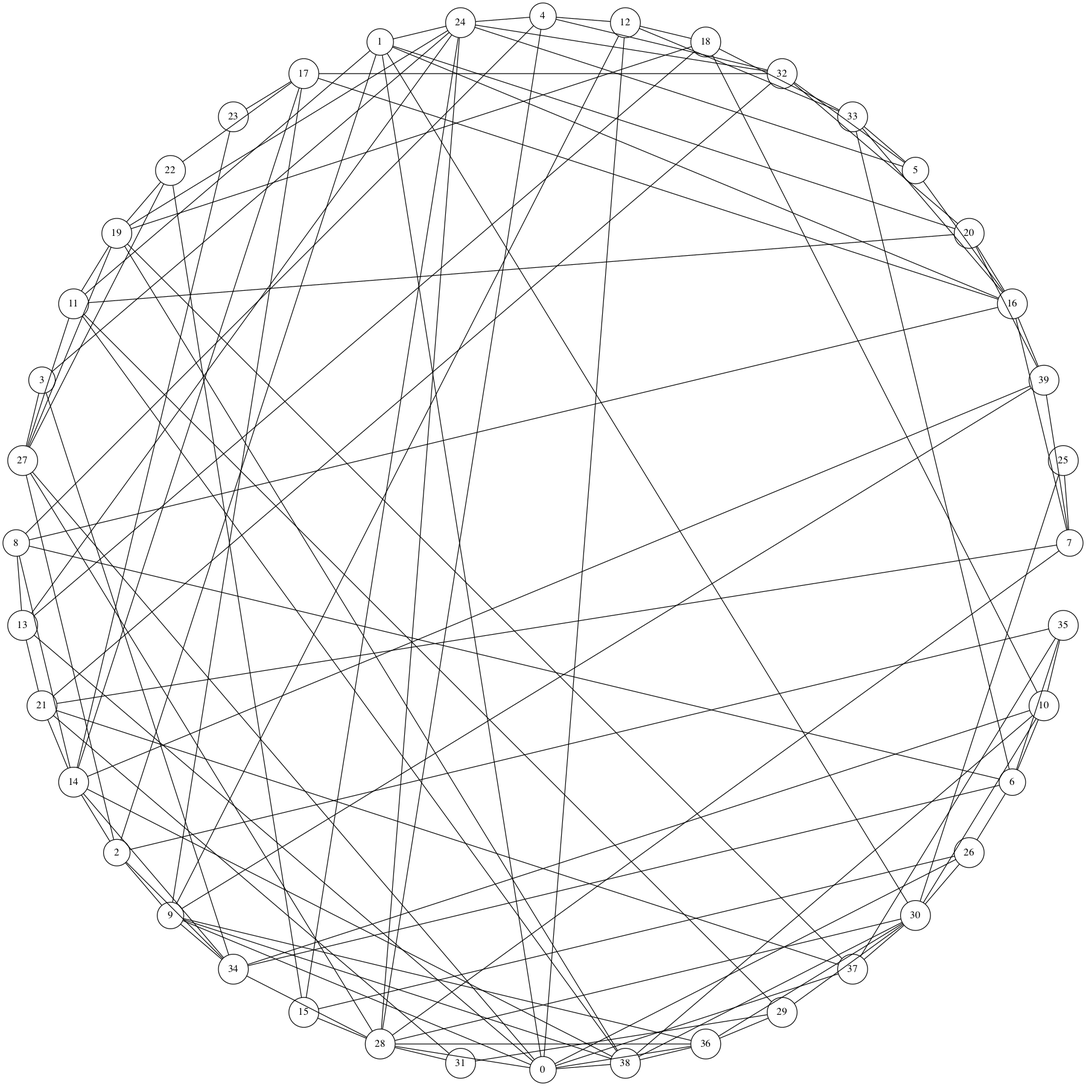
The Graphviz diagram graphs-networks/c-networks/second-random/graphviz/random_graph.png in mickey-is-codin/data-structures, before a commit. Its source is kept beside it as graphs-networks/c-networks/second-random/graphviz/random_graph.dot.
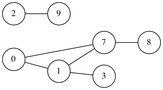
The same diagram one commit later.

Diff of the diagram source:
```diff
@@ -5,118 +5,9 @@
 	rankdir="LR";
 
 	0 -- 1
-	0 -- 9
-	0 -- 12
-	0 -- 13
-	0 -- 26
-	0 -- 27
-	0 -- 28
-	0 -- 36
-	0 -- 37
-	0 -- 38
-	1 -- 2
-	1 -- 11
-	1 -- 16
-	1 -- 20
-	1 -- 24
-	1 -- 30
+	0 -- 7
+	1 -- 3
+	1 -- 7
 	2 -- 9
-	2 -- 14
-	2 -- 27
-	2 -- 34
-	2 -- 35
-	3 -- 24
-	3 -- 27
-	3 -- 34
-	4 -- 8
-	4 -- 12
-	4 -- 24
-	4 -- 28
-	4 -- 32
-	5 -- 16
-	5 -- 24
-	5 -- 32
-	5 -- 33
-	6 -- 8
-	6 -- 10
-	6 -- 26
-	6 -- 33
-	6 -- 34
-	6 -- 35
-	7 -- 16
-	7 -- 21
-	7 -- 25
-	7 -- 28
-	7 -- 39
-	8 -- 13
-	8 -- 14
-	8 -- 16
-	9 -- 12
-	9 -- 17
-	9 -- 34
-	9 -- 36
-	9 -- 38
-	9 -- 39
-	10 -- 18
-	10 -- 30
-	10 -- 34
-	10 -- 35
-	10 -- 38
-	11 -- 19
-	11 -- 20
-	11 -- 27
-	11 -- 29
-	11 -- 38
-	12 -- 18
-	12 -- 33
-	13 -- 18
-	13 -- 21
-	13 -- 24
-	14 -- 17
-	14 -- 21
-	14 -- 23
-	14 -- 34
-	14 -- 38
-	14 -- 39
-	15 -- 22
-	15 -- 24
-	15 -- 26
-	15 -- 28
-	16 -- 17
-	16 -- 20
-	16 -- 33
-	16 -- 39
-	17 -- 22
-	17 -- 23
-	17 -- 32
-	18 -- 19
-	18 -- 33
-	19 -- 22
-	19 -- 24
-	19 -- 27
-	19 -- 37
-	19 -- 38
-	20 -- 32
-	20 -- 39
-	21 -- 31
-	21 -- 32
-	21 -- 37
-	22 -- 27
-	24 -- 28
-	24 -- 32
-	25 -- 30
-	26 -- 30
-	27 -- 28
-	28 -- 30
-	28 -- 31
-	28 -- 34
-	28 -- 36
-	29 -- 30
-	29 -- 31
-	29 -- 36
-	30 -- 36
-	30 -- 37
-	30 -- 38
-	35 -- 37
-	36 -- 38
+	7 -- 8
 }
```
